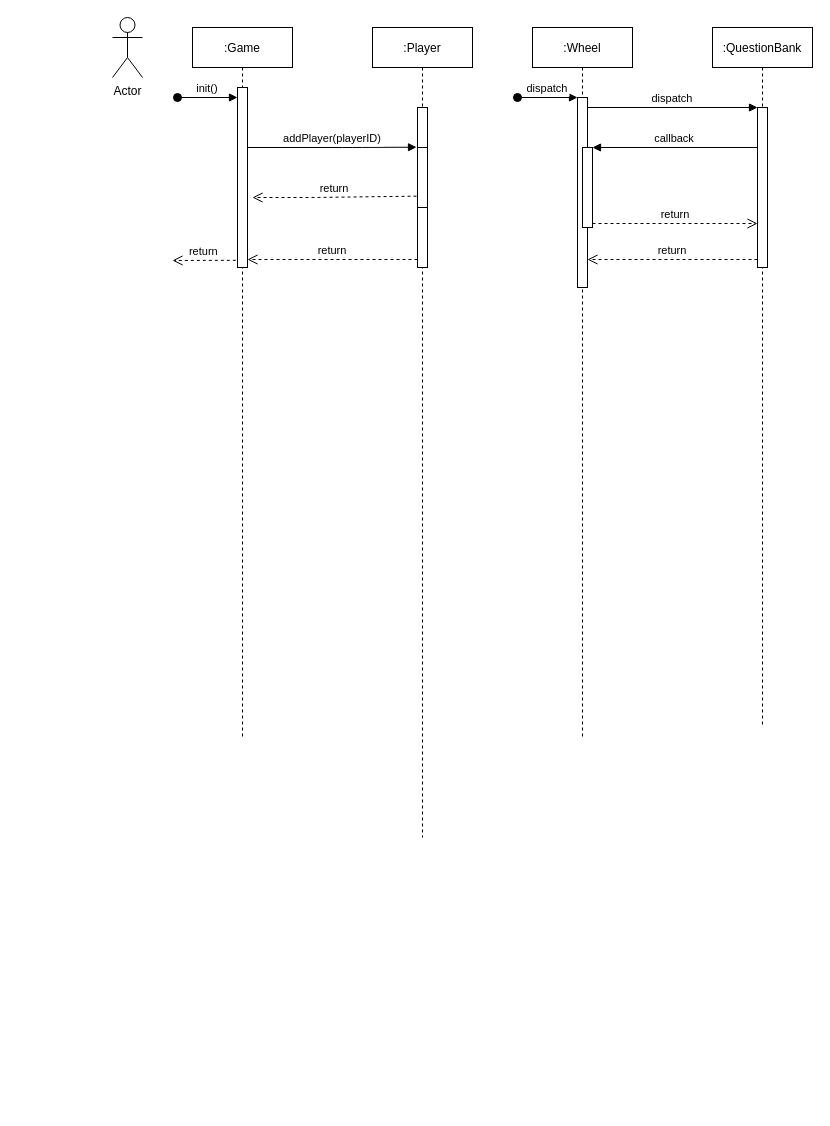
JHUOrg/JHU-course-60560183 keeps this draw.io diagram as page "Sequence Diagram" (3 of 3) of DesignDoc/MainDiagram.drawio. Above is the earlier version. Source tidied: cells renumbered, new cells numbered last; positions are measured from the earlier drawing's top-left corner, leaving out a move shared by most shapes. Both pictures are drawn from the tidied source at 100%, with x=0, y=0 at pixel (112, 17).
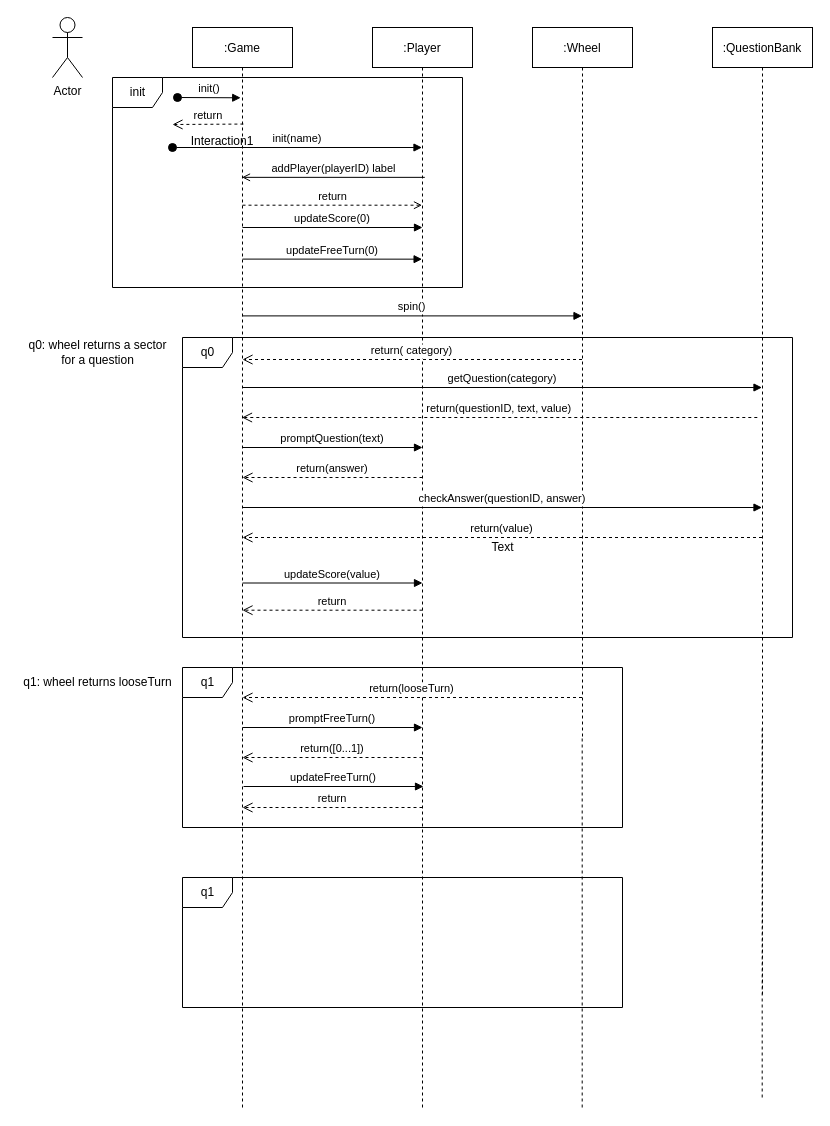
The same diagram, later.

Commit message:
progress: design doc

The change refers to these unchanged cells:
```xml
<mxCell id="2" value=":Game" style="shape=umlLifeline;perimeter=lifelinePerimeter;rounded=0;shadow=0;strokeWidth=1;" parent="1" vertex="1">
  <mxGeometry x="80" y="10" width="100" height="710" as="geometry" />
</mxCell>
<mxCell id="6" value=":Player" style="shape=umlLifeline;perimeter=lifelinePerimeter;rounded=0;shadow=0;strokeWidth=1;" parent="1" vertex="1">
  <mxGeometry x="260" y="10" width="100" height="810" as="geometry" />
</mxCell>
<mxCell id="11" value=":Wheel" style="shape=umlLifeline;perimeter=lifelinePerimeter;rounded=0;shadow=0;strokeWidth=1;" parent="1" vertex="1">
  <mxGeometry x="420" y="10" width="100" height="710" as="geometry" />
</mxCell>
```

What changed in the source:
```diff
@@
+    <mxCell id="24" value="q0" style="shape=umlFrame;tabPosition=left;html=1;boundedLbl=1;labelInHeader=1;width=50;height=30;" parent="1" vertex="1">
+      <mxGeometry x="70" y="320" width="610" height="300" as="geometry" />
+    </mxCell>
+    <mxCell id="25" value="updateScore(value)" style="verticalAlign=bottom;endArrow=block;shadow=0;strokeWidth=1;exitX=0.496;exitY=0.409;exitDx=0;exitDy=0;exitPerimeter=0;" parent="24" edge="1">
+      <mxGeometry relative="1" as="geometry">
+        <mxPoint x="60" y="245.5" as="sourcePoint" />
+        <mxPoint x="240" y="245.5" as="targetPoint" />
+      </mxGeometry>
+    </mxCell>
+    <mxCell id="26" value="return" style="verticalAlign=bottom;endArrow=open;dashed=1;endSize=8;shadow=0;strokeWidth=1;" parent="24" edge="1">
+      <mxGeometry relative="1" as="geometry">
+        <mxPoint x="240" y="272.7" as="sourcePoint" />
+        <mxPoint x="60" y="272.7" as="targetPoint" />
+      </mxGeometry>
+    </mxCell>
+    <mxCell id="27" value="init" style="shape=umlFrame;tabPosition=left;html=1;boundedLbl=1;labelInHeader=1;width=50;height=30;" parent="1" vertex="1">
+      <mxGeometry y="60" width="350" height="210" as="geometry" />
+    </mxCell>
+    <mxCell id="28" value="Interaction1" style="text;align=center;" parent="27" vertex="1">
+      <mxGeometry width="100" height="20" relative="1" as="geometry">
+        <mxPoint x="60" y="50" as="offset" />
+      </mxGeometry>
+    </mxCell>
+    <mxCell id="29" value="updateScore(0)" style="verticalAlign=bottom;endArrow=block;shadow=0;strokeWidth=1;" parent="27" edge="1">
+      <mxGeometry relative="1" as="geometry">
+        <mxPoint x="130" y="150" as="sourcePoint" />
+        <mxPoint x="310" y="150" as="targetPoint" />
+      </mxGeometry>
+    </mxCell>
+    <mxCell id="30" value="updateFreeTurn(0)" style="verticalAlign=bottom;endArrow=block;shadow=0;strokeWidth=1;entryX=0.496;entryY=0.286;entryDx=0;entryDy=0;entryPerimeter=0;" parent="27" edge="1" target="6">
+      <mxGeometry relative="1" as="geometry">
+        <mxPoint x="130" y="181.6" as="sourcePoint" />
+      </mxGeometry>
+    </mxCell>
@@
-    <mxCell id="3" style="edgeStyle=none;html=1;" parent="2" edge="1" source="4" target="2">
-      <mxGeometry relative="1" as="geometry" />
+    <mxCell id="3" style="edgeStyle=none;html=1;" parent="2" edge="1" target="2">
+      <mxGeometry relative="1" as="geometry">
+        <mxPoint x="49.8" y="150" as="sourcePoint" />
+      </mxGeometry>
     </mxCell>
-    <mxCell id="4" style="points=[];perimeter=orthogonalPerimeter;rounded=0;shadow=0;strokeWidth=1;" parent="2" vertex="1">
-      <mxGeometry x="45" y="60" width="10" height="180" as="geometry" />
-    </mxCell>
-    <mxCell id="5" value="init()" style="verticalAlign=bottom;startArrow=oval;endArrow=block;startSize=8;shadow=0;strokeWidth=1;" parent="2" edge="1" target="4">
+    <mxCell id="5" value="init()" style="verticalAlign=bottom;startArrow=oval;endArrow=block;startSize=8;shadow=0;strokeWidth=1;entryX=0.482;entryY=0.099;entryDx=0;entryDy=0;entryPerimeter=0;" parent="2" edge="1" target="2">
       <mxGeometry relative="1" as="geometry">
         <mxPoint x="-15" y="70" as="sourcePoint" />
       </mxGeometry>
     </mxCell>
+    <mxCell id="31" value="getQuestion(category)" style="verticalAlign=bottom;endArrow=block;shadow=0;strokeWidth=1;exitX=0.496;exitY=0.409;exitDx=0;exitDy=0;exitPerimeter=0;" parent="2" edge="1" target="15">
+      <mxGeometry relative="1" as="geometry">
+        <mxPoint x="50" y="360" as="sourcePoint" />
+      </mxGeometry>
+    </mxCell>
+    <mxCell id="32" value="promptQuestion(text)" style="verticalAlign=bottom;endArrow=block;shadow=0;strokeWidth=1;exitX=0.496;exitY=0.409;exitDx=0;exitDy=0;exitPerimeter=0;" parent="2" edge="1">
+      <mxGeometry relative="1" as="geometry">
+        <mxPoint x="50" y="420" as="sourcePoint" />
+        <mxPoint x="230" y="420" as="targetPoint" />
+      </mxGeometry>
+    </mxCell>
@@
-    <mxCell id="7" style="points=[];perimeter=orthogonalPerimeter;rounded=0;shadow=0;strokeWidth=1;" parent="6" vertex="1">
-      <mxGeometry x="45" y="80" width="10" height="160" as="geometry" />
-    </mxCell>
-    <mxCell id="8" style="points=[];perimeter=orthogonalPerimeter;rounded=0;shadow=0;strokeWidth=1;" parent="6" vertex="1">
-      <mxGeometry x="45" y="120" width="10" height="60" as="geometry" />
-    </mxCell>
-    <mxCell id="9" value="return" style="verticalAlign=bottom;endArrow=open;dashed=1;endSize=8;exitX=0;exitY=0.95;shadow=0;strokeWidth=1;" parent="1" edge="1" source="7" target="4">
-      <mxGeometry relative="1" as="geometry" />
-    </mxCell>
-    <mxCell id="10" value="addPlayer(playerID)" style="verticalAlign=bottom;endArrow=block;entryX=-0.097;entryY=0.248;shadow=0;strokeWidth=1;entryDx=0;entryDy=0;entryPerimeter=0;" parent="1" edge="1" source="4" target="7">
-      <mxGeometry relative="1" as="geometry">
-        <Array as="points">
-          <mxPoint x="240" y="130" />
-        </Array>
-      </mxGeometry>
-    </mxCell>
+    <mxCell id="33" value="return(looseTurn)" style="verticalAlign=bottom;endArrow=open;dashed=1;endSize=8;shadow=0;strokeWidth=1;" parent="6" edge="1">
+      <mxGeometry relative="1" as="geometry">
+        <mxPoint x="209.5" y="670" as="sourcePoint" />
+        <mxPoint x="-130" y="670" as="targetPoint" />
+      </mxGeometry>
+    </mxCell>
@@
-    <mxCell id="12" style="points=[];perimeter=orthogonalPerimeter;rounded=0;shadow=0;strokeWidth=1;" parent="11" vertex="1">
-      <mxGeometry x="45" y="70" width="10" height="190" as="geometry" />
-    </mxCell>
-    <mxCell id="13" value="dispatch" style="verticalAlign=bottom;startArrow=oval;endArrow=block;startSize=8;shadow=0;strokeWidth=1;" parent="11" edge="1" target="12">
-      <mxGeometry relative="1" as="geometry">
-        <mxPoint x="-15" y="70" as="sourcePoint" />
-      </mxGeometry>
-    </mxCell>
-    <mxCell id="14" style="points=[];perimeter=orthogonalPerimeter;rounded=0;shadow=0;strokeWidth=1;" parent="11" vertex="1">
-      <mxGeometry x="50" y="120" width="10" height="80" as="geometry" />
-    </mxCell>
+    <mxCell id="34" value="return(questionID, text, value)" style="verticalAlign=bottom;endArrow=open;dashed=1;endSize=8;shadow=0;strokeWidth=1;" parent="11" edge="1" target="2">
+      <mxGeometry relative="1" as="geometry">
+        <mxPoint x="224.8" y="390" as="sourcePoint" />
+      </mxGeometry>
+    </mxCell>
     <mxCell id="15" value=":QuestionBank" style="shape=umlLifeline;perimeter=lifelinePerimeter;rounded=0;shadow=0;strokeWidth=1;" parent="1" vertex="1">
-      <mxGeometry x="600" y="10" width="100" height="700" as="geometry" />
+      <mxGeometry x="600" y="10" width="100" height="970" as="geometry" />
     </mxCell>
-    <mxCell id="16" style="points=[];perimeter=orthogonalPerimeter;rounded=0;shadow=0;strokeWidth=1;" parent="15" vertex="1">
-      <mxGeometry x="45" y="80" width="10" height="160" as="geometry" />
-    </mxCell>
-    <mxCell id="17" value="return" style="verticalAlign=bottom;endArrow=open;dashed=1;endSize=8;exitX=0;exitY=0.95;shadow=0;strokeWidth=1;" parent="1" edge="1" source="16" target="12">
-      <mxGeometry relative="1" as="geometry" />
-    </mxCell>
+    <mxCell id="35" value="q1" style="shape=umlFrame;tabPosition=left;html=1;boundedLbl=1;labelInHeader=1;width=50;height=30;" parent="15" vertex="1">
+      <mxGeometry x="-530" y="640" width="440" height="160" as="geometry" />
+    </mxCell>
+    <mxCell id="36" value="return" style="verticalAlign=bottom;endArrow=open;dashed=1;endSize=8;shadow=0;strokeWidth=1;" parent="15" edge="1">
+      <mxGeometry relative="1" as="geometry">
+        <mxPoint x="-290" y="780" as="sourcePoint" />
+        <mxPoint x="-470" y="780" as="targetPoint" />
+      </mxGeometry>
+    </mxCell>
-    <mxCell id="18" value="dispatch" style="verticalAlign=bottom;endArrow=block;entryX=0;entryY=0;shadow=0;strokeWidth=1;" parent="1" edge="1" source="12" target="16">
-      <mxGeometry relative="1" as="geometry" />
+    <mxCell id="18" value="spin()" style="verticalAlign=bottom;endArrow=block;shadow=0;strokeWidth=1;exitX=0.496;exitY=0.409;exitDx=0;exitDy=0;exitPerimeter=0;" parent="1" edge="1">
+      <mxGeometry relative="1" as="geometry">
+        <mxPoint x="129.6" y="298.4" as="sourcePoint" />
+        <mxPoint x="469.5" y="298.4" as="targetPoint" />
+      </mxGeometry>
     </mxCell>
-    <mxCell id="19" value="callback" style="verticalAlign=bottom;endArrow=block;entryX=1;entryY=0;shadow=0;strokeWidth=1;" parent="1" edge="1" source="16" target="14">
-      <mxGeometry relative="1" as="geometry" />
-    </mxCell>
-    <mxCell id="20" value="return" style="verticalAlign=bottom;endArrow=open;dashed=1;endSize=8;exitX=1;exitY=0.95;shadow=0;strokeWidth=1;" parent="1" edge="1" source="14" target="16">
-      <mxGeometry relative="1" as="geometry" />
-    </mxCell>
     <mxCell id="21" value="Actor" style="shape=umlActor;verticalLabelPosition=bottom;verticalAlign=top;html=1;" parent="1" vertex="1">
-      <mxGeometry width="30" height="60" as="geometry" />
+      <mxGeometry x="-60" width="30" height="60" as="geometry" />
     </mxCell>
-    <mxCell id="22" value="return" style="verticalAlign=bottom;endArrow=open;dashed=1;endSize=8;exitX=-0.166;exitY=0.96;shadow=0;strokeWidth=1;exitDx=0;exitDy=0;exitPerimeter=0;" parent="1" edge="1" source="4">
-      <mxGeometry relative="1" as="geometry">
-        <mxPoint x="60" y="243" as="targetPoint" />
-      </mxGeometry>
-    </mxCell>
-    <mxCell id="23" value="return" style="verticalAlign=bottom;endArrow=open;dashed=1;endSize=8;exitX=-0.097;exitY=0.811;shadow=0;strokeWidth=1;exitDx=0;exitDy=0;exitPerimeter=0;" parent="1" edge="1" source="8">
+    <mxCell id="23" value="return" style="verticalAlign=bottom;endArrow=open;dashed=1;endSize=8;exitX=0.509;exitY=0.136;shadow=0;strokeWidth=1;exitDx=0;exitDy=0;exitPerimeter=0;" parent="1" edge="1" source="2">
       <mxGeometry relative="1" as="geometry">
-        <mxPoint x="140" y="180" as="targetPoint" />
-        <Array as="points">
-          <mxPoint x="200" y="180" />
-        </Array>
+        <mxPoint x="60" y="107" as="targetPoint" />
       </mxGeometry>
     </mxCell>
+    <mxCell id="37" value="addPlayer(playerID) label" style="html=1;verticalAlign=bottom;labelBackgroundColor=none;endArrow=open;endFill=0;exitX=0.523;exitY=0.185;exitDx=0;exitDy=0;exitPerimeter=0;" parent="1" edge="1" source="6" target="2">
+      <mxGeometry relative="1" as="geometry" />
+    </mxCell>
+    <mxCell id="38" value="init(name)" style="verticalAlign=bottom;startArrow=oval;endArrow=block;startSize=8;shadow=0;strokeWidth=1;" parent="1" edge="1" target="6">
+      <mxGeometry relative="1" as="geometry">
+        <mxPoint x="60" y="130" as="sourcePoint" />
+      </mxGeometry>
+    </mxCell>
+    <mxCell id="39" value="return" style="html=1;verticalAlign=bottom;labelBackgroundColor=none;endArrow=open;endFill=0;dashed=1;exitX=0.5;exitY=0.239;exitDx=0;exitDy=0;exitPerimeter=0;" parent="1" edge="1">
+      <mxGeometry relative="1" as="geometry">
+        <mxPoint x="130" y="187.7" as="sourcePoint" />
+        <mxPoint x="309.5" y="187.7" as="targetPoint" />
+      </mxGeometry>
+    </mxCell>
+    <mxCell id="40" value="return( category)" style="verticalAlign=bottom;endArrow=open;dashed=1;endSize=8;shadow=0;strokeWidth=1;" parent="1" edge="1">
+      <mxGeometry relative="1" as="geometry">
+        <mxPoint x="469.5" y="342" as="sourcePoint" />
+        <mxPoint x="130" y="342" as="targetPoint" />
+      </mxGeometry>
+    </mxCell>
+    <mxCell id="41" value="return(answer)" style="verticalAlign=bottom;endArrow=open;dashed=1;endSize=8;shadow=0;strokeWidth=1;" parent="1" edge="1">
+      <mxGeometry relative="1" as="geometry">
+        <mxPoint x="310" y="460" as="sourcePoint" />
+        <mxPoint x="130" y="460" as="targetPoint" />
+      </mxGeometry>
+    </mxCell>
+    <mxCell id="42" value="checkAnswer(questionID, answer)" style="verticalAlign=bottom;endArrow=block;shadow=0;strokeWidth=1;exitX=0.496;exitY=0.409;exitDx=0;exitDy=0;exitPerimeter=0;" parent="1" edge="1" target="15">
+      <mxGeometry relative="1" as="geometry">
+        <mxPoint x="130" y="490" as="sourcePoint" />
+      </mxGeometry>
+    </mxCell>
+    <mxCell id="43" value="return(value)" style="verticalAlign=bottom;endArrow=open;dashed=1;endSize=8;shadow=0;strokeWidth=1;" parent="1" edge="1" source="15">
+      <mxGeometry relative="1" as="geometry">
+        <mxPoint x="130" y="520" as="targetPoint" />
+      </mxGeometry>
+    </mxCell>
+    <mxCell id="44" style="endArrow=none;dashed=1;html=1;entryX=0.5;entryY=1;entryDx=0;entryDy=0;entryPerimeter=0;" parent="1" edge="1" target="2">
+      <mxGeometry relative="1" as="geometry">
+        <mxPoint x="130" y="1090" as="sourcePoint" />
+      </mxGeometry>
+    </mxCell>
+    <mxCell id="45" style="endArrow=none;dashed=1;html=1;entryX=0.5;entryY=1;entryDx=0;entryDy=0;entryPerimeter=0;" parent="1" edge="1" target="6">
+      <mxGeometry relative="1" as="geometry">
+        <mxPoint x="310" y="1090" as="sourcePoint" />
+      </mxGeometry>
+    </mxCell>
+    <mxCell id="46" style="endArrow=none;dashed=1;html=1;entryX=0.5;entryY=1;entryDx=0;entryDy=0;entryPerimeter=0;" parent="1" edge="1">
+      <mxGeometry relative="1" as="geometry">
+        <mxPoint x="469.7" y="1090" as="sourcePoint" />
+        <mxPoint x="469.7" y="720" as="targetPoint" />
+      </mxGeometry>
+    </mxCell>
+    <mxCell id="47" style="endArrow=none;dashed=1;html=1;entryX=0.5;entryY=1;entryDx=0;entryDy=0;entryPerimeter=0;" parent="1" edge="1">
+      <mxGeometry relative="1" as="geometry">
+        <mxPoint x="649.7" y="1080" as="sourcePoint" />
+        <mxPoint x="649.7" y="710" as="targetPoint" />
+      </mxGeometry>
+    </mxCell>
+    <mxCell id="48" value="Text" style="text;html=1;align=center;verticalAlign=middle;fillColor=none;strokeColor=none;rounded=0;" parent="1" vertex="1">
+      <mxGeometry x="370" y="520" width="40" height="20" as="geometry" />
+    </mxCell>
+    <mxCell id="49" value="q0: wheel returns a sector&lt;br&gt;for a question" style="text;html=1;align=center;verticalAlign=middle;strokeColor=none;fillColor=none;" parent="1" vertex="1">
+      <mxGeometry x="-90" y="320" width="150" height="30" as="geometry" />
+    </mxCell>
+    <mxCell id="50" value="promptFreeTurn()" style="verticalAlign=bottom;endArrow=block;shadow=0;strokeWidth=1;exitX=0.496;exitY=0.409;exitDx=0;exitDy=0;exitPerimeter=0;" parent="1" edge="1">
+      <mxGeometry relative="1" as="geometry">
+        <mxPoint x="130" y="710" as="sourcePoint" />
+        <mxPoint x="310" y="710" as="targetPoint" />
+      </mxGeometry>
+    </mxCell>
+    <mxCell id="51" value="return([0...1])" style="verticalAlign=bottom;endArrow=open;dashed=1;endSize=8;shadow=0;strokeWidth=1;" parent="1" edge="1">
+      <mxGeometry relative="1" as="geometry">
+        <mxPoint x="310" y="740" as="sourcePoint" />
+        <mxPoint x="130" y="740" as="targetPoint" />
+      </mxGeometry>
+    </mxCell>
+    <mxCell id="52" value="q1: wheel returns looseTurn" style="text;html=1;align=center;verticalAlign=middle;strokeColor=none;fillColor=none;" parent="1" vertex="1">
+      <mxGeometry x="-95" y="655" width="160" height="20" as="geometry" />
+    </mxCell>
+    <mxCell id="53" value="q1" style="shape=umlFrame;tabPosition=left;html=1;boundedLbl=1;labelInHeader=1;width=50;height=30;" parent="1" vertex="1">
+      <mxGeometry x="70" y="860" width="440" height="130" as="geometry" />
+    </mxCell>
+    <mxCell id="54" value="updateFreeTurn()" style="verticalAlign=bottom;endArrow=block;shadow=0;strokeWidth=1;exitX=0.496;exitY=0.409;exitDx=0;exitDy=0;exitPerimeter=0;" parent="1" edge="1">
+      <mxGeometry relative="1" as="geometry">
+        <mxPoint x="131" y="769" as="sourcePoint" />
+        <mxPoint x="311" y="769" as="targetPoint" />
+      </mxGeometry>
+    </mxCell>
```
